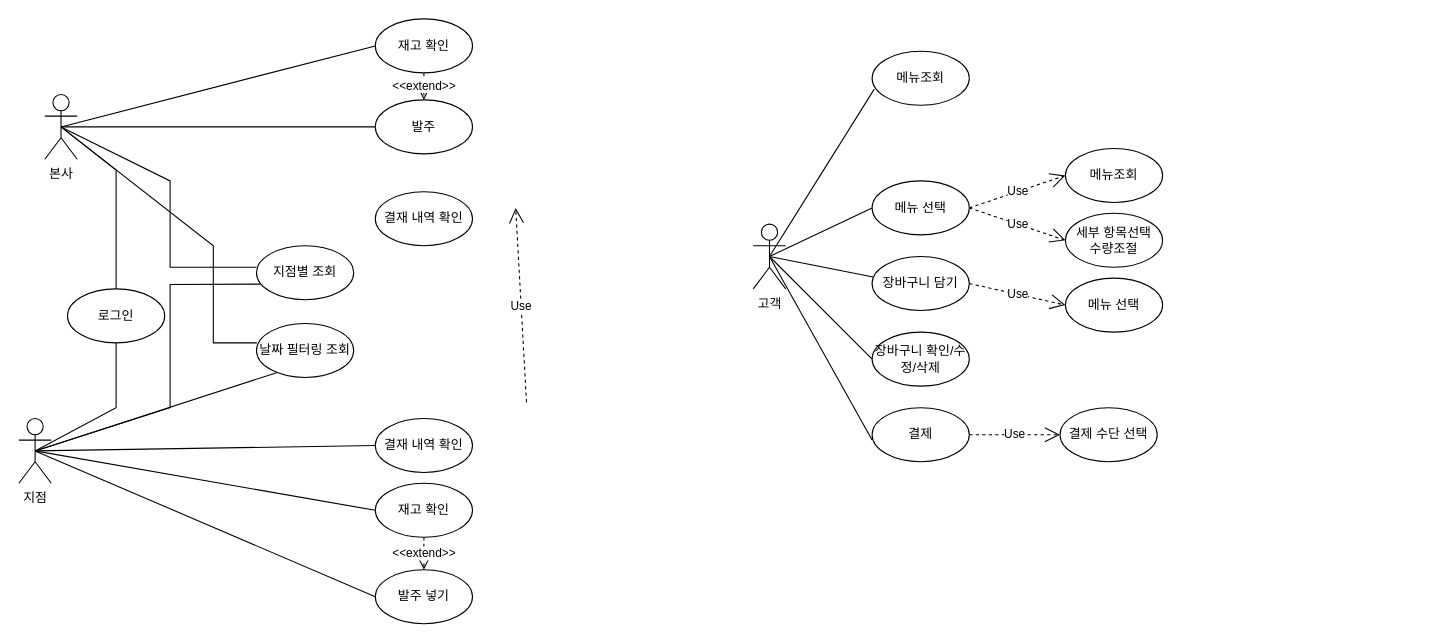
soboru3426/kiosk_FE keeps this draw.io diagram as 제목 없는 다이어그램.drawio. Above is the earlier version. Source tidied: cells renumbered, new cells numbered last; positions are measured from the earlier drawing's top-left corner, leaving out a move shared by most shapes. Both pictures are drawn from the tidied source at 108%, with x=0, y=0 at pixel (18, 18).
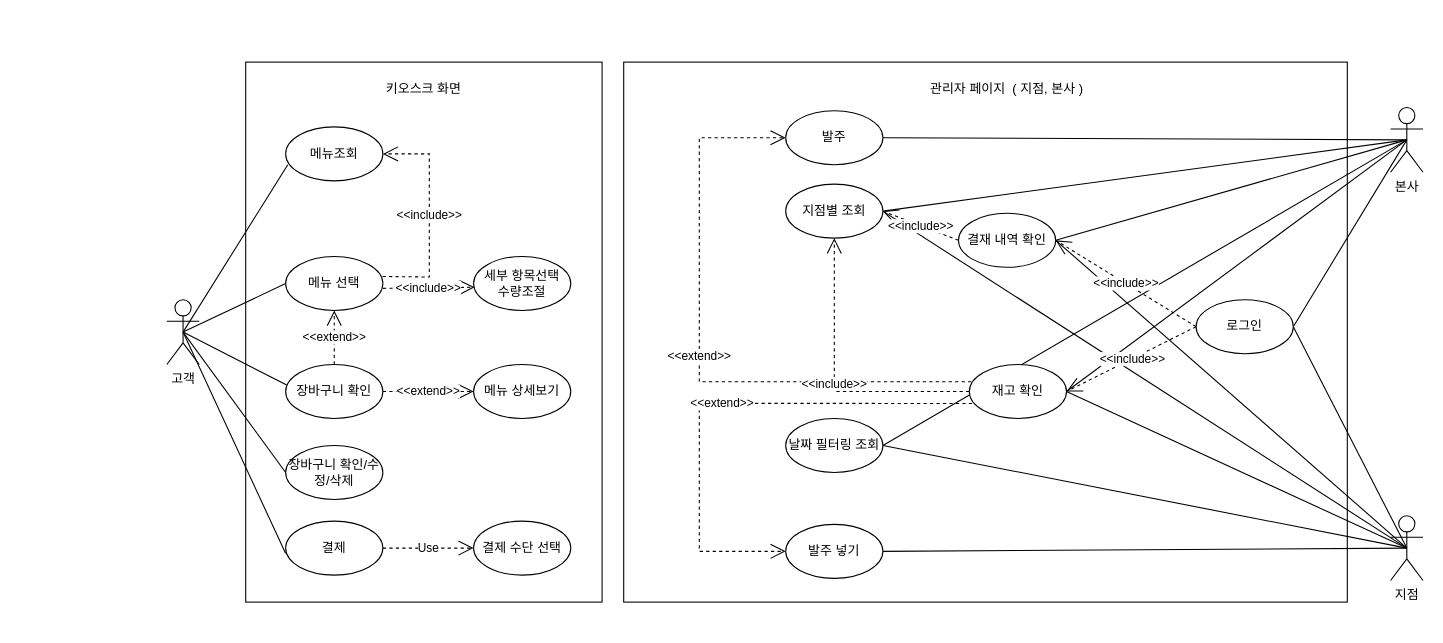
After the change.

Commit message:
제목 없는 다이어그램.drawio 업데이트

Diff of the diagram source:
```diff
@@
-    <mxCell id="2" value="본사" style="shape=umlActor;verticalLabelPosition=bottom;verticalAlign=top;html=1;outlineConnect=0;" parent="1" vertex="1">
-      <mxGeometry x="24" y="70" width="30" height="60" as="geometry" />
-    </mxCell>
-    <mxCell id="3" value="지점" style="shape=umlActor;verticalLabelPosition=bottom;verticalAlign=top;html=1;outlineConnect=0;" parent="1" vertex="1">
-      <mxGeometry y="370" width="30" height="60" as="geometry" />
-    </mxCell>
+    <mxCell id="46" style="rounded=0;whiteSpace=wrap;html=1;" parent="1" vertex="1">
+      <mxGeometry x="210" y="40" width="330" height="500" as="geometry" />
+    </mxCell>
+    <mxCell id="47" style="group;" parent="1" vertex="1">
+      <mxGeometry x="137" y="100" width="374" height="415" as="geometry" />
+    </mxCell>
-    <mxCell id="4" value="고객" style="shape=umlActor;verticalLabelPosition=bottom;verticalAlign=top;html=1;outlineConnect=0;" parent="1" vertex="1">
-      <mxGeometry x="680" y="190" width="30" height="60" as="geometry" />
+    <mxCell id="4" value="고객" style="shape=umlActor;verticalLabelPosition=bottom;verticalAlign=top;html=1;outlineConnect=0;direction=east;" parent="47" vertex="1">
+      <mxGeometry y="160" width="30" height="60" as="geometry" />
     </mxCell>
-    <mxCell id="5" value="로그인" style="ellipse;whiteSpace=wrap;html=1;" parent="1" vertex="1">
-      <mxGeometry x="45" y="250" width="90" height="50" as="geometry" />
-    </mxCell>
-    <mxCell id="6" style="endArrow=none;html=1;rounded=0;exitX=0.5;exitY=0.5;exitDx=0;exitDy=0;exitPerimeter=0;" parent="1" edge="1" source="2" target="5">
-      <mxGeometry relative="1" as="geometry">
-        <Array as="points">
-          <mxPoint x="90" y="140" />
-        </Array>
-      </mxGeometry>
-    </mxCell>
-    <mxCell id="7" style="endArrow=none;html=1;rounded=0;exitX=0.5;exitY=0.5;exitDx=0;exitDy=0;exitPerimeter=0;" parent="1" edge="1" source="3" target="5">
-      <mxGeometry relative="1" as="geometry">
-        <Array as="points">
-          <mxPoint x="90" y="360" />
-        </Array>
-      </mxGeometry>
-    </mxCell>
-    <mxCell id="8" value="메뉴조회" style="ellipse;whiteSpace=wrap;html=1;" parent="1" vertex="1">
-      <mxGeometry x="969" y="120" width="90" height="50" as="geometry" />
-    </mxCell>
-    <mxCell id="9" style="endArrow=none;html=1;rounded=0;exitX=0.5;exitY=0.5;exitDx=0;exitDy=0;entryX=0;entryY=0.5;entryDx=0;entryDy=0;exitPerimeter=0;" parent="1" edge="1" source="4" target="10">
+    <mxCell id="9" style="endArrow=none;html=1;rounded=0;exitX=0.5;exitY=0.5;exitDx=0;exitDy=0;entryX=0;entryY=0.5;entryDx=0;entryDy=0;exitPerimeter=0;" parent="47" edge="1" source="4" target="10">
       <mxGeometry relative="1" as="geometry" />
     </mxCell>
-    <mxCell id="10" value="메뉴 선택" style="ellipse;whiteSpace=wrap;html=1;" parent="1" vertex="1">
-      <mxGeometry x="790" y="150" width="90" height="50" as="geometry" />
+    <mxCell id="10" value="메뉴 선택" style="ellipse;whiteSpace=wrap;html=1;direction=east;" parent="47" vertex="1">
+      <mxGeometry x="110" y="120" width="90" height="50" as="geometry" />
     </mxCell>
-    <mxCell id="11" value="세부 항목선택&lt;div&gt;수량조절&lt;/div&gt;" style="ellipse;whiteSpace=wrap;html=1;" parent="1" vertex="1">
-      <mxGeometry x="969" y="180" width="90" height="50" as="geometry" />
+    <mxCell id="11" value="세부 항목선택&lt;div&gt;수량조절&lt;/div&gt;" style="ellipse;whiteSpace=wrap;html=1;direction=east;" parent="47" vertex="1">
+      <mxGeometry x="284" y="120" width="90" height="50" as="geometry" />
     </mxCell>
-    <mxCell id="12" value="장바구니 담기" style="ellipse;whiteSpace=wrap;html=1;" parent="1" vertex="1">
-      <mxGeometry x="790" y="220" width="90" height="50" as="geometry" />
+    <mxCell id="12" value="장바구니 확인" style="ellipse;whiteSpace=wrap;html=1;direction=east;" parent="47" vertex="1">
+      <mxGeometry x="110" y="220" width="90" height="50" as="geometry" />
     </mxCell>
-    <mxCell id="13" value="결제" style="ellipse;whiteSpace=wrap;html=1;" parent="1" vertex="1">
-      <mxGeometry x="790" y="360" width="90" height="50" as="geometry" />
+    <mxCell id="13" value="결제" style="ellipse;whiteSpace=wrap;html=1;direction=east;" parent="47" vertex="1">
+      <mxGeometry x="110" y="365" width="90" height="50" as="geometry" />
     </mxCell>
-    <mxCell id="14" value="결제 수단 선택" style="ellipse;whiteSpace=wrap;html=1;" parent="1" vertex="1">
-      <mxGeometry x="964" y="360" width="90" height="50" as="geometry" />
+    <mxCell id="14" value="결제 수단 선택" style="ellipse;whiteSpace=wrap;html=1;direction=east;" parent="47" vertex="1">
+      <mxGeometry x="284" y="365" width="90" height="50" as="geometry" />
     </mxCell>
-    <mxCell id="15" style="endArrow=none;html=1;rounded=0;exitX=0;exitY=0.6;exitDx=0;exitDy=0;exitPerimeter=0;entryX=0.5;entryY=0.5;entryDx=0;entryDy=0;entryPerimeter=0;" parent="1" edge="1" source="13" target="4">
+    <mxCell id="15" style="endArrow=none;html=1;rounded=0;exitX=0;exitY=0.6;exitDx=0;exitDy=0;exitPerimeter=0;entryX=0.5;entryY=0.5;entryDx=0;entryDy=0;entryPerimeter=0;" parent="47" edge="1" source="13" target="4">
       <mxGeometry relative="1" as="geometry" />
     </mxCell>
-    <mxCell id="16" value="Use" style="endArrow=open;endSize=12;dashed=1;html=1;rounded=0;entryX=0;entryY=0.5;entryDx=0;entryDy=0;exitX=1;exitY=0.5;exitDx=0;exitDy=0;" parent="1" edge="1" source="10" target="8">
-      <mxGeometry relative="1" as="geometry" />
+    <mxCell id="16" value="&amp;lt;&amp;lt;include&amp;gt;&amp;gt;" style="endArrow=open;endSize=12;dashed=1;html=1;rounded=0;entryX=1;entryY=0.5;entryDx=0;entryDy=0;exitX=0.997;exitY=0.37;exitDx=0;exitDy=0;exitPerimeter=0;" parent="47" edge="1" source="10" target="18">
+      <mxGeometry relative="1" as="geometry">
+        <Array as="points">
+          <mxPoint x="243" y="139" />
+          <mxPoint x="243" y="25" />
+        </Array>
+      </mxGeometry>
     </mxCell>
-    <mxCell id="17" value="Use" style="endArrow=open;endSize=12;dashed=1;html=1;rounded=0;entryX=0;entryY=0.5;entryDx=0;entryDy=0;exitX=1;exitY=0.5;exitDx=0;exitDy=0;" parent="1" edge="1" source="10" target="11">
+    <mxCell id="17" value="&amp;lt;&amp;lt;include&amp;gt;&amp;gt;" style="endArrow=open;endSize=12;dashed=1;html=1;rounded=0;entryX=0.011;entryY=0.57;entryDx=0;entryDy=0;exitX=1.001;exitY=0.59;exitDx=0;exitDy=0;exitPerimeter=0;entryPerimeter=0;" parent="47" edge="1" source="10" target="11">
       <mxGeometry relative="1" as="geometry" />
     </mxCell>
-    <mxCell id="18" value="메뉴조회" style="ellipse;whiteSpace=wrap;html=1;" parent="1" vertex="1">
-      <mxGeometry x="790" y="30" width="90" height="50" as="geometry" />
+    <mxCell id="18" value="메뉴조회" style="ellipse;whiteSpace=wrap;html=1;direction=east;" parent="47" vertex="1">
+      <mxGeometry x="110" width="90" height="50" as="geometry" />
     </mxCell>
-    <mxCell id="19" style="endArrow=none;html=1;rounded=0;exitX=0.5;exitY=0.5;exitDx=0;exitDy=0;entryX=0.022;entryY=0.7;entryDx=0;entryDy=0;exitPerimeter=0;entryPerimeter=0;" parent="1" edge="1" source="4" target="18">
+    <mxCell id="19" style="endArrow=none;html=1;rounded=0;exitX=0.5;exitY=0.5;exitDx=0;exitDy=0;entryX=0.022;entryY=0.7;entryDx=0;entryDy=0;exitPerimeter=0;entryPerimeter=0;" parent="47" edge="1" source="4" target="18">
       <mxGeometry relative="1" as="geometry" />
     </mxCell>
-    <mxCell id="20" value="Use" style="endArrow=open;endSize=12;dashed=1;html=1;rounded=0;entryX=0;entryY=0.5;entryDx=0;entryDy=0;exitX=1;exitY=0.5;exitDx=0;exitDy=0;" parent="1" edge="1" source="13" target="14">
+    <mxCell id="20" value="Use" style="endArrow=open;endSize=12;dashed=1;html=1;rounded=0;entryX=0;entryY=0.5;entryDx=0;entryDy=0;exitX=1;exitY=0.5;exitDx=0;exitDy=0;" parent="47" edge="1" source="13" target="14">
       <mxGeometry relative="1" as="geometry" />
     </mxCell>
-    <mxCell id="21" style="endArrow=none;html=1;rounded=0;entryX=0.011;entryY=0.38;entryDx=0;entryDy=0;entryPerimeter=0;exitX=0.5;exitY=0.5;exitDx=0;exitDy=0;exitPerimeter=0;" parent="1" edge="1" source="4" target="12">
+    <mxCell id="21" style="endArrow=none;html=1;rounded=0;entryX=0.011;entryY=0.38;entryDx=0;entryDy=0;entryPerimeter=0;exitX=0.5;exitY=0.5;exitDx=0;exitDy=0;exitPerimeter=0;" parent="47" edge="1" source="4" target="12">
       <mxGeometry relative="1" as="geometry" />
     </mxCell>
-    <mxCell id="22" value="메뉴 선택" style="ellipse;whiteSpace=wrap;html=1;" parent="1" vertex="1">
-      <mxGeometry x="969" y="240" width="90" height="50" as="geometry" />
-    </mxCell>
-    <mxCell id="23" value="Use" style="endArrow=open;endSize=12;dashed=1;html=1;rounded=0;entryX=0;entryY=0.5;entryDx=0;entryDy=0;exitX=1;exitY=0.5;exitDx=0;exitDy=0;" parent="1" edge="1" source="12" target="22">
+    <mxCell id="23" value="&amp;lt;&amp;lt;extend&amp;gt;&amp;gt;" style="endArrow=open;endSize=12;dashed=1;html=1;rounded=0;entryX=0.5;entryY=1;entryDx=0;entryDy=0;exitX=0.5;exitY=0;exitDx=0;exitDy=0;" parent="47" edge="1" source="12" target="10">
       <mxGeometry relative="1" as="geometry" />
     </mxCell>
-    <mxCell id="24" value="장바구니 확인/수정/삭제" style="ellipse;whiteSpace=wrap;html=1;" parent="1" vertex="1">
-      <mxGeometry x="790" y="290" width="90" height="50" as="geometry" />
+    <mxCell id="24" value="장바구니 확인/수정/삭제" style="ellipse;whiteSpace=wrap;html=1;direction=east;" parent="47" vertex="1">
+      <mxGeometry x="110" y="295" width="90" height="50" as="geometry" />
     </mxCell>
-    <mxCell id="25" style="endArrow=none;html=1;rounded=0;entryX=0;entryY=0.5;entryDx=0;entryDy=0;exitX=0.5;exitY=0.5;exitDx=0;exitDy=0;exitPerimeter=0;" parent="1" edge="1" source="4" target="24">
+    <mxCell id="25" style="endArrow=none;html=1;rounded=0;entryX=0;entryY=0.5;entryDx=0;entryDy=0;exitX=0.5;exitY=0.5;exitDx=0;exitDy=0;exitPerimeter=0;" parent="47" edge="1" source="4" target="24">
       <mxGeometry relative="1" as="geometry" />
     </mxCell>
+    <mxCell id="48" value="메뉴 상세보기" style="ellipse;whiteSpace=wrap;html=1;direction=east;" parent="47" vertex="1">
+      <mxGeometry x="284" y="220" width="90" height="50" as="geometry" />
+    </mxCell>
+    <mxCell id="49" value="&amp;lt;&amp;lt;extend&amp;gt;&amp;gt;" style="endArrow=open;endSize=12;dashed=1;html=1;rounded=0;exitX=1;exitY=0.5;exitDx=0;exitDy=0;entryX=0;entryY=0.5;entryDx=0;entryDy=0;" parent="47" edge="1" source="12" target="48">
+      <mxGeometry relative="1" as="geometry" />
+    </mxCell>
+    <mxCell id="50" style="rounded=0;whiteSpace=wrap;html=1;direction=east;" parent="1" vertex="1">
+      <mxGeometry x="560" y="40" width="670" height="500" as="geometry" />
+    </mxCell>
+    <mxCell id="2" value="본사" style="shape=umlActor;verticalLabelPosition=bottom;verticalAlign=top;html=1;outlineConnect=0;direction=east;" parent="1" vertex="1">
+      <mxGeometry x="1270.1" y="82" width="30" height="60" as="geometry" />
+    </mxCell>
+    <mxCell id="3" value="지점" style="shape=umlActor;verticalLabelPosition=bottom;verticalAlign=top;html=1;outlineConnect=0;direction=east;" parent="1" vertex="1">
+      <mxGeometry x="1270.1" y="460" width="30" height="60" as="geometry" />
+    </mxCell>
+    <mxCell id="6" style="endArrow=none;html=1;rounded=0;exitX=0.5;exitY=0.5;exitDx=0;exitDy=0;exitPerimeter=0;entryX=1;entryY=0.5;entryDx=0;entryDy=0;" parent="1" edge="1" source="2" target="5">
+      <mxGeometry relative="1" as="geometry" />
+    </mxCell>
+    <mxCell id="7" style="endArrow=none;html=1;rounded=0;exitX=0.5;exitY=0.5;exitDx=0;exitDy=0;exitPerimeter=0;entryX=1;entryY=0.5;entryDx=0;entryDy=0;" parent="1" edge="1" source="3" target="5">
+      <mxGeometry relative="1" as="geometry" />
+    </mxCell>
+    <mxCell id="43" style="endArrow=none;html=1;rounded=0;exitX=0.5;exitY=0.5;exitDx=0;exitDy=0;entryX=1;entryY=0.5;entryDx=0;entryDy=0;exitPerimeter=0;" parent="1" edge="1" source="2" target="35">
+      <mxGeometry relative="1" as="geometry" />
+    </mxCell>
+    <mxCell id="42" style="endArrow=none;html=1;rounded=0;exitX=0.5;exitY=0.5;exitDx=0;exitDy=0;entryX=1;entryY=0.5;entryDx=0;entryDy=0;exitPerimeter=0;" parent="1" edge="1" source="2" target="33">
+      <mxGeometry relative="1" as="geometry" />
+    </mxCell>
+    <mxCell id="39" style="endArrow=none;html=1;rounded=0;exitX=0.5;exitY=0.5;exitDx=0;exitDy=0;exitPerimeter=0;" parent="1" edge="1" source="2">
+      <mxGeometry relative="1" as="geometry">
+        <mxPoint x="800" y="178" as="targetPoint" />
+      </mxGeometry>
+    </mxCell>
+    <mxCell id="38" style="endArrow=none;html=1;rounded=0;exitX=0.5;exitY=0.5;exitDx=0;exitDy=0;entryX=1;entryY=0.5;entryDx=0;entryDy=0;exitPerimeter=0;" parent="1" edge="1" source="2" target="32">
+      <mxGeometry relative="1" as="geometry" />
+    </mxCell>
+    <mxCell id="51" style="endArrow=none;html=1;rounded=0;exitX=0.5;exitY=0.5;exitDx=0;exitDy=0;entryX=1;entryY=0.5;entryDx=0;entryDy=0;exitPerimeter=0;" parent="1" edge="1" source="2" target="26">
+      <mxGeometry relative="1" as="geometry" />
+    </mxCell>
+    <mxCell id="40" style="endArrow=none;html=1;rounded=0;exitX=0.5;exitY=0.5;exitDx=0;exitDy=0;exitPerimeter=0;entryX=1;entryY=0.5;entryDx=0;entryDy=0;" parent="1" edge="1" source="3" target="31">
+      <mxGeometry relative="1" as="geometry" />
+    </mxCell>
+    <mxCell id="37" style="endArrow=none;html=1;rounded=0;entryX=1;entryY=0.5;entryDx=0;entryDy=0;exitX=0.5;exitY=0.5;exitDx=0;exitDy=0;exitPerimeter=0;" parent="1" edge="1" source="3" target="32">
+      <mxGeometry relative="1" as="geometry" />
+    </mxCell>
+    <mxCell id="36" style="endArrow=none;html=1;rounded=0;exitX=0.5;exitY=0.5;exitDx=0;exitDy=0;entryX=1;entryY=0.5;entryDx=0;entryDy=0;exitPerimeter=0;" parent="1" edge="1" source="3" target="35">
+      <mxGeometry relative="1" as="geometry" />
+    </mxCell>
+    <mxCell id="29" style="endArrow=none;html=1;rounded=0;exitX=0.5;exitY=0.5;exitDx=0;exitDy=0;entryX=1;entryY=0.5;entryDx=0;entryDy=0;exitPerimeter=0;" parent="1" edge="1" source="3" target="26">
+      <mxGeometry relative="1" as="geometry" />
+    </mxCell>
+    <mxCell id="28" style="endArrow=none;html=1;rounded=0;exitX=0.5;exitY=0.5;exitDx=0;exitDy=0;entryX=1;entryY=0.5;entryDx=0;entryDy=0;exitPerimeter=0;" parent="1" edge="1" source="3" target="30">
+      <mxGeometry relative="1" as="geometry" />
+    </mxCell>
+    <mxCell id="5" value="로그인" style="ellipse;whiteSpace=wrap;html=1;direction=east;" parent="1" vertex="1">
+      <mxGeometry x="1090" y="260" width="90" height="50" as="geometry" />
+    </mxCell>
-    <mxCell id="26" value="결재 내역 확인" style="ellipse;whiteSpace=wrap;html=1;" parent="1" vertex="1">
-      <mxGeometry x="330" y="370" width="90" height="50" as="geometry" />
+    <mxCell id="26" value="결재 내역 확인" style="ellipse;whiteSpace=wrap;html=1;direction=east;" parent="1" vertex="1">
+      <mxGeometry x="870" y="180" width="90" height="50" as="geometry" />
     </mxCell>
-    <mxCell id="27" value="&amp;lt;&amp;lt;extend&amp;gt;&amp;gt;" style="endArrow=open;endSize=12;dashed=1;html=1;rounded=0;exitX=0.5;exitY=1;exitDx=0;exitDy=0;entryX=0.5;entryY=0;entryDx=0;entryDy=0;" parent="1" edge="1" source="35" target="30">
-      <mxGeometry x="-0.01" relative="1" as="geometry" />
+    <mxCell id="27" value="&amp;lt;&amp;lt;extend&amp;gt;&amp;gt;" style="endArrow=open;endSize=12;dashed=1;html=1;rounded=0;entryX=0;entryY=0.5;entryDx=0;entryDy=0;exitX=0.029;exitY=0.721;exitDx=0;exitDy=0;exitPerimeter=0;" parent="1" edge="1" source="35" target="30">
+      <mxGeometry x="-0.01" relative="1" as="geometry">
+        <Array as="points">
+          <mxPoint x="630" y="356" />
+          <mxPoint x="630" y="493" />
+        </Array>
+      </mxGeometry>
     </mxCell>
-    <mxCell id="28" style="endArrow=none;html=1;rounded=0;exitX=0.5;exitY=0.5;exitDx=0;exitDy=0;exitPerimeter=0;entryX=0;entryY=0.5;entryDx=0;entryDy=0;" parent="1" edge="1" source="3" target="30">
-      <mxGeometry relative="1" as="geometry" />
-    </mxCell>
-    <mxCell id="29" style="endArrow=none;html=1;rounded=0;exitX=0.5;exitY=0.5;exitDx=0;exitDy=0;exitPerimeter=0;entryX=0;entryY=0.5;entryDx=0;entryDy=0;" parent="1" edge="1" source="3" target="26">
-      <mxGeometry relative="1" as="geometry" />
-    </mxCell>
-    <mxCell id="30" value="발주 넣기" style="ellipse;whiteSpace=wrap;html=1;" parent="1" vertex="1">
-      <mxGeometry x="330" y="510" width="90" height="50" as="geometry" />
+    <mxCell id="30" value="발주 넣기" style="ellipse;whiteSpace=wrap;html=1;direction=east;" parent="1" vertex="1">
+      <mxGeometry x="710" y="468" width="90" height="50" as="geometry" />
     </mxCell>
-    <mxCell id="31" value="지점별 조회" style="ellipse;whiteSpace=wrap;html=1;" parent="1" vertex="1">
-      <mxGeometry x="220" y="210" width="90" height="50" as="geometry" />
+    <mxCell id="31" value="지점별 조회" style="ellipse;whiteSpace=wrap;html=1;direction=east;" parent="1" vertex="1">
+      <mxGeometry x="710" y="153" width="90" height="50" as="geometry" />
     </mxCell>
-    <mxCell id="32" value="날짜 필터링 조회" style="ellipse;whiteSpace=wrap;html=1;" parent="1" vertex="1">
-      <mxGeometry x="220" y="282" width="90" height="50" as="geometry" />
+    <mxCell id="32" value="날짜 필터링 조회" style="ellipse;whiteSpace=wrap;html=1;direction=east;" parent="1" vertex="1">
+      <mxGeometry x="710" y="370" width="90" height="50" as="geometry" />
     </mxCell>
-    <mxCell id="33" value="발주" style="ellipse;whiteSpace=wrap;html=1;" parent="1" vertex="1">
-      <mxGeometry x="330" y="75" width="90" height="50" as="geometry" />
+    <mxCell id="33" value="발주" style="ellipse;whiteSpace=wrap;html=1;direction=east;" parent="1" vertex="1">
+      <mxGeometry x="710" y="85" width="90" height="50" as="geometry" />
     </mxCell>
-    <mxCell id="34" value="재고 확인" style="ellipse;whiteSpace=wrap;html=1;" parent="1" vertex="1">
-      <mxGeometry x="330" width="90" height="50" as="geometry" />
-    </mxCell>
-    <mxCell id="35" value="재고 확인" style="ellipse;whiteSpace=wrap;html=1;" parent="1" vertex="1">
-      <mxGeometry x="330" y="430" width="90" height="50" as="geometry" />
+    <mxCell id="35" value="재고 확인" style="ellipse;whiteSpace=wrap;html=1;direction=east;" parent="1" vertex="1">
+      <mxGeometry x="880" y="320" width="90" height="50" as="geometry" />
     </mxCell>
-    <mxCell id="36" style="endArrow=none;html=1;rounded=0;exitX=0.5;exitY=0.5;exitDx=0;exitDy=0;exitPerimeter=0;entryX=0;entryY=0.5;entryDx=0;entryDy=0;" parent="1" edge="1" source="3" target="35">
-      <mxGeometry relative="1" as="geometry" />
-    </mxCell>
-    <mxCell id="37" style="endArrow=none;html=1;rounded=0;entryX=0.207;entryY=0.911;entryDx=0;entryDy=0;exitX=0.5;exitY=0.5;exitDx=0;exitDy=0;exitPerimeter=0;entryPerimeter=0;" parent="1" edge="1" source="3" target="32">
-      <mxGeometry relative="1" as="geometry" />
-    </mxCell>
-    <mxCell id="38" style="endArrow=none;html=1;rounded=0;exitX=0.5;exitY=0.5;exitDx=0;exitDy=0;exitPerimeter=0;entryX=0.004;entryY=0.359;entryDx=0;entryDy=0;entryPerimeter=0;" parent="1" edge="1" source="2" target="32">
-      <mxGeometry relative="1" as="geometry">
-        <Array as="points">
-          <mxPoint x="180" y="210" />
-          <mxPoint x="180" y="300" />
-        </Array>
-      </mxGeometry>
-    </mxCell>
-    <mxCell id="39" style="endArrow=none;html=1;rounded=0;exitX=0.5;exitY=0.5;exitDx=0;exitDy=0;exitPerimeter=0;entryX=0;entryY=0.4;entryDx=0;entryDy=0;entryPerimeter=0;" parent="1" edge="1" source="2" target="31">
-      <mxGeometry relative="1" as="geometry">
-        <Array as="points">
-          <mxPoint x="140" y="150" />
-          <mxPoint x="140" y="230" />
-        </Array>
-      </mxGeometry>
-    </mxCell>
-    <mxCell id="40" style="endArrow=none;html=1;rounded=0;entryX=0.042;entryY=0.711;entryDx=0;entryDy=0;exitX=0.5;exitY=0.5;exitDx=0;exitDy=0;exitPerimeter=0;entryPerimeter=0;" parent="1" edge="1" source="3" target="31">
-      <mxGeometry relative="1" as="geometry">
-        <Array as="points">
-          <mxPoint x="140" y="360" />
-          <mxPoint x="140" y="246" />
-        </Array>
-      </mxGeometry>
-    </mxCell>
-    <mxCell id="41" value="Use" style="endArrow=open;endSize=12;dashed=1;html=1;rounded=0;" parent="1" edge="1">
-      <mxGeometry x="-0.01" relative="1" as="geometry">
-        <mxPoint x="470" y="355" as="sourcePoint" />
-        <mxPoint x="460" y="175" as="targetPoint" />
-      </mxGeometry>
+    <mxCell id="41" value="&amp;lt;&amp;lt;include&amp;gt;&amp;gt;" style="endArrow=open;endSize=12;dashed=1;html=1;rounded=0;entryX=1;entryY=0.5;entryDx=0;entryDy=0;exitX=0;exitY=0.5;exitDx=0;exitDy=0;" parent="1" edge="1" source="5" target="35">
+      <mxGeometry x="-0.01" relative="1" as="geometry" />
     </mxCell>
-    <mxCell id="42" style="endArrow=none;html=1;rounded=0;exitX=0.5;exitY=0.5;exitDx=0;exitDy=0;exitPerimeter=0;entryX=0;entryY=0.5;entryDx=0;entryDy=0;" parent="1" edge="1" source="2" target="33">
-      <mxGeometry relative="1" as="geometry" />
-    </mxCell>
-    <mxCell id="43" style="endArrow=none;html=1;rounded=0;exitX=0.5;exitY=0.5;exitDx=0;exitDy=0;exitPerimeter=0;entryX=0;entryY=0.5;entryDx=0;entryDy=0;" parent="1" edge="1" source="2" target="34">
-      <mxGeometry relative="1" as="geometry" />
-    </mxCell>
-    <mxCell id="44" value="&amp;lt;&amp;lt;extend&amp;gt;&amp;gt;" style="endArrow=open;endSize=12;dashed=1;html=1;rounded=0;entryX=0.5;entryY=0;entryDx=0;entryDy=0;exitX=0.5;exitY=1;exitDx=0;exitDy=0;" parent="1" edge="1" source="34" target="33">
-      <mxGeometry x="-0.01" relative="1" as="geometry" />
-    </mxCell>
-    <mxCell id="45" value="결재 내역 확인" style="ellipse;whiteSpace=wrap;html=1;" parent="1" vertex="1">
-      <mxGeometry x="330" y="160" width="90" height="50" as="geometry" />
-    </mxCell>
+    <mxCell id="52" value="&amp;lt;&amp;lt;extend&amp;gt;&amp;gt;" style="endArrow=open;endSize=12;dashed=1;html=1;rounded=0;entryX=0;entryY=0.5;entryDx=0;entryDy=0;exitX=0.021;exitY=0.321;exitDx=0;exitDy=0;exitPerimeter=0;" parent="1" edge="1" source="35" target="33">
+      <mxGeometry x="-0.01" relative="1" as="geometry">
+        <Array as="points">
+          <mxPoint x="630" y="336" />
+          <mxPoint x="630" y="110" />
+        </Array>
+      </mxGeometry>
+    </mxCell>
+    <mxCell id="53" value="&amp;lt;&amp;lt;include&amp;gt;&amp;gt;" style="endArrow=open;endSize=12;dashed=1;html=1;rounded=0;entryX=0.5;entryY=1;entryDx=0;entryDy=0;exitX=0;exitY=0.5;exitDx=0;exitDy=0;" parent="1" edge="1" source="35" target="31">
+      <mxGeometry x="-0.01" relative="1" as="geometry">
+        <Array as="points">
+          <mxPoint x="755" y="345" />
+        </Array>
+      </mxGeometry>
+    </mxCell>
+    <mxCell id="54" value="&amp;lt;&amp;lt;include&amp;gt;&amp;gt;" style="endArrow=open;endSize=12;dashed=1;html=1;rounded=0;entryX=1;entryY=0.5;entryDx=0;entryDy=0;exitX=0;exitY=0.5;exitDx=0;exitDy=0;" parent="1" edge="1" source="5" target="26">
+      <mxGeometry x="-0.01" relative="1" as="geometry" />
+    </mxCell>
+    <mxCell id="55" value="&amp;lt;&amp;lt;include&amp;gt;&amp;gt;" style="endArrow=open;endSize=12;dashed=1;html=1;rounded=0;entryX=1;entryY=0.5;entryDx=0;entryDy=0;exitX=0;exitY=0.5;exitDx=0;exitDy=0;" parent="1" edge="1" source="26" target="31">
+      <mxGeometry x="-0.01" relative="1" as="geometry" />
+    </mxCell>
+    <mxCell id="56" value="관리자 페이지&amp;nbsp; ( 지점, 본사 )" style="text;html=1;align=center;verticalAlign=middle;whiteSpace=wrap;rounded=0;direction=east;" parent="1" vertex="1">
+      <mxGeometry x="830" y="50" width="170" height="30" as="geometry" />
+    </mxCell>
+    <mxCell id="57" value="키오스크 화면" style="text;html=1;align=center;verticalAlign=middle;whiteSpace=wrap;rounded=0;direction=east;" parent="1" vertex="1">
+      <mxGeometry x="290" y="50" width="170" height="30" as="geometry" />
+    </mxCell>
```
